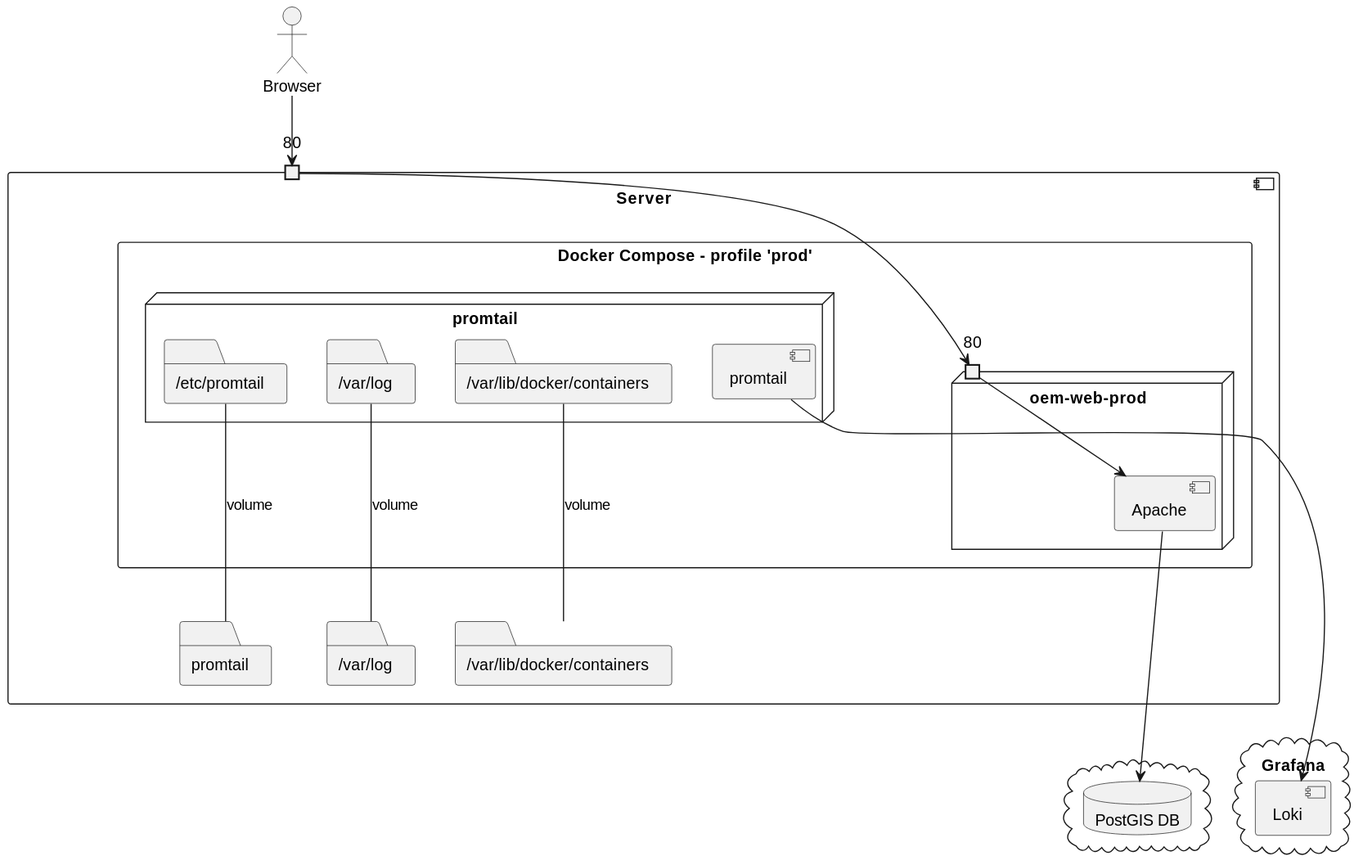
Danysan1/osm-wikidata-map-framework keeps this PlantUML diagram as images/prod_deployment.svg. Above is the earlier version.
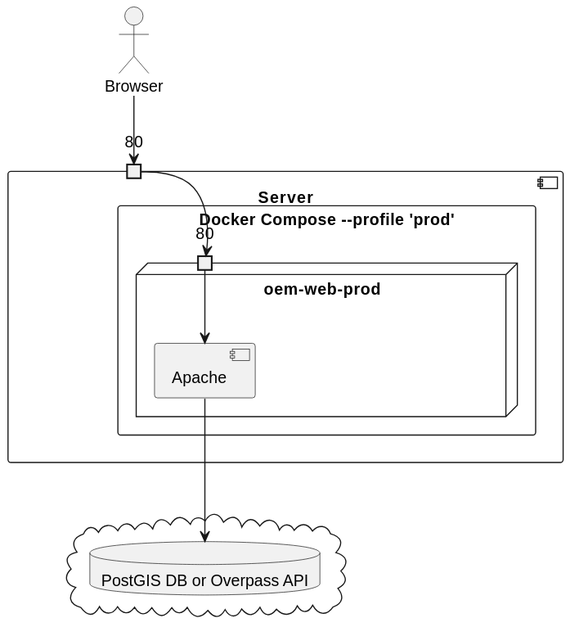
The same diagram one commit later.

Change to the diagram source:
```diff
@@ -1,34 +1,18 @@
 @startuml prod_deployment
 
+actor Browser
 component Server {
   port "80" as 80docker
-  rectangle "Docker Compose - profile 'prod'" as docker {
-    node promtail {
-      component promtail as promInst
-      folder "/etc/promtail" as promRem
-      folder "/var/log" as logRem
-      folder "/var/lib/docker/containers" as contRem
-    }
+  rectangle "Docker Compose --profile 'prod'" as docker {
     node "oem-web-prod" {
       port "80" as 80webProd
       component Apache
     }
   }
-  folder "promtail" as promLoc
-  folder "/var/log" as logLoc
-  folder "/var/lib/docker/containers" as contLoc
 }
-cloud Grafana {
-  component Loki
+cloud {
+  database "PostGIS DB or Overpass API" as db
 }
-actor Browser
-cloud {
-  database "PostGIS DB" as db
-}
-
-promRem --- promLoc : volume
-logRem --- logLoc : volume
-contRem --- contLoc : volume
 
 Apache ---> db
 
@@ -37,6 +21,5 @@
 80docker --> 80webProd
 
 80webProd --> Apache
-promInst ----> Loki
 
 @enduml
```
